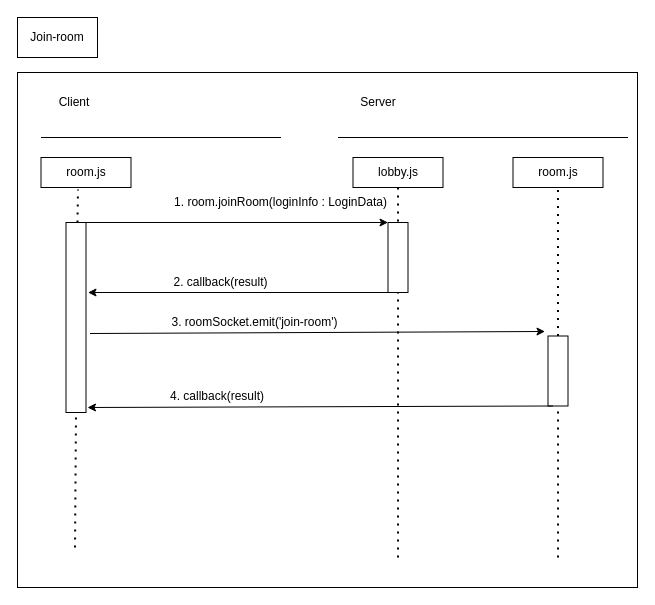
Before: classroom-ultra-sequencial diagram-join room.drawio in doremi31618/Assets, a draw.io diagram. Source tidied: cells renumbered, new cells numbered last; positions are measured from the earlier drawing's top-left corner, leaving out a move shared by most shapes. Both pictures are drawn from the tidied source at 100%, with x=0, y=0 at pixel (-19, 17).
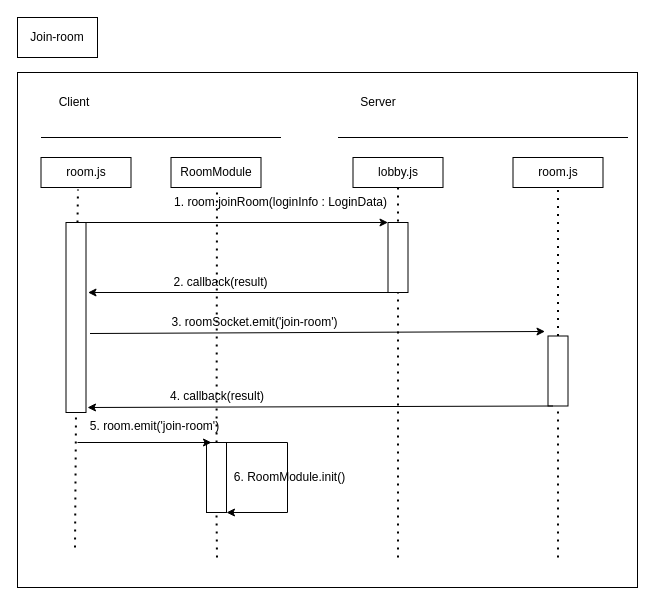
Above is the later version.

The edit, as a diff of the source:
```diff
@@
+    <mxCell id="28" style="endArrow=none;dashed=1;html=1;dashPattern=1 3;strokeWidth=2;rounded=0;entryX=0.5;entryY=1;entryDx=0;entryDy=0;startArrow=none;" parent="1" edge="1" source="30">
+      <mxGeometry relative="1" as="geometry">
+        <mxPoint x="235.5" y="170" as="targetPoint" />
+      </mxGeometry>
+    </mxCell>
@@
+    <mxCell id="29" value="RoomModule" style="rounded=0;whiteSpace=wrap;html=1;" parent="1" vertex="1">
+      <mxGeometry x="189.5" y="140" width="90" height="30" as="geometry" />
+    </mxCell>
+    <mxCell id="30" style="rounded=0;whiteSpace=wrap;html=1;rotation=90;" parent="1" vertex="1">
+      <mxGeometry x="200" y="450" width="70" height="20" as="geometry" />
+    </mxCell>
+    <mxCell id="31" style="endArrow=none;dashed=1;html=1;dashPattern=1 3;strokeWidth=2;rounded=0;entryX=1;entryY=0.5;entryDx=0;entryDy=0;" parent="1" edge="1" target="30">
+      <mxGeometry relative="1" as="geometry">
+        <mxPoint x="235.5" y="540" as="sourcePoint" />
+      </mxGeometry>
+    </mxCell>
+    <mxCell id="32" style="endArrow=classic;html=1;rounded=0;entryX=0;entryY=0.75;entryDx=0;entryDy=0;" parent="1" edge="1" target="30">
+      <mxGeometry relative="1" as="geometry">
+        <mxPoint x="96" y="425" as="sourcePoint" />
+      </mxGeometry>
+    </mxCell>
+    <mxCell id="33" value="5. room.emit('join-room')" style="text;strokeColor=none;align=center;fillColor=none;html=1;verticalAlign=middle;whiteSpace=wrap;rounded=0;" parent="1" vertex="1">
+      <mxGeometry x="99.5" y="393.5" width="146.5" height="30" as="geometry" />
+    </mxCell>
+    <mxCell id="34" style="endArrow=classic;html=1;rounded=0;exitX=0;exitY=0;exitDx=0;exitDy=0;entryX=1;entryY=0;entryDx=0;entryDy=0;" parent="1" edge="1" source="30" target="30">
+      <mxGeometry relative="1" as="geometry">
+        <Array as="points">
+          <mxPoint x="306" y="425" />
+          <mxPoint x="306" y="495" />
+        </Array>
+      </mxGeometry>
+    </mxCell>
+    <mxCell id="35" value="6. RoomModule.init()" style="text;strokeColor=none;align=center;fillColor=none;html=1;verticalAlign=middle;whiteSpace=wrap;rounded=0;" parent="1" vertex="1">
+      <mxGeometry x="235" y="445" width="146.5" height="30" as="geometry" />
+    </mxCell>
```
